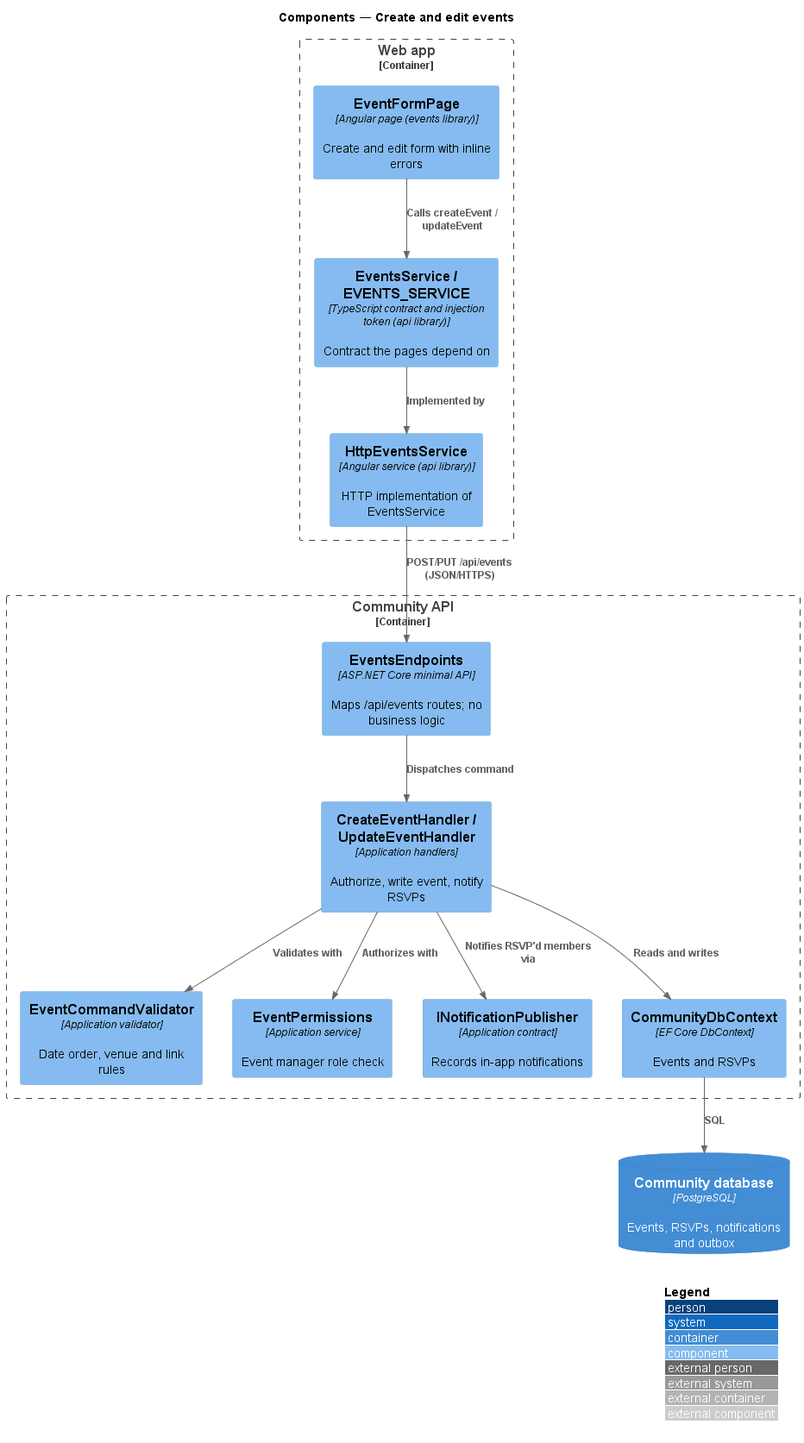
QuinntyneBrown/faithtech-community keeps this PlantUML diagram as docs/detailed-designs/events/create-and-edit-events/diagrams/c4-component.png. Above is the earlier version. Its diagram source:
```plantuml
@startuml
!include <C4/C4_Component>
LAYOUT_WITH_LEGEND()
title Components — Create and edit events

Container_Boundary(spa, "Web app") {
  Component(page, "EventFormPage", "Angular page (events library)", "Create and edit form with inline errors")
  Component(svc, "EventsService / EVENTS_SERVICE", "TypeScript contract and injection token (api library)", "Contract the pages depend on")
  Component(http, "HttpEventsService", "Angular service (api library)", "HTTP implementation of EventsService")
}
Container_Boundary(api, "Community API") {
  Component(ep, "EventsEndpoints", "ASP.NET Core minimal API", "Maps /api/events routes; no business logic")
  Component(val, "EventCommandValidator", "Application validator", "Date order, venue and link rules")
  Component(h, "CreateEventHandler / UpdateEventHandler", "Application handlers", "Authorize, write event, notify RSVPs")
  Component(perm, "EventPermissions", "Application service", "Event manager role check")
  Component(notif, "INotificationPublisher", "Application contract", "Records in-app notifications")
  Component(ctx, "CommunityDbContext", "EF Core DbContext", "Events and RSVPs")
}
ContainerDb(db, "Community database", "PostgreSQL", "Events, RSVPs, notifications and outbox")
Rel(page, svc, "Calls createEvent / updateEvent")
Rel(svc, http, "Implemented by")
Rel(http, ep, "POST/PUT /api/events (JSON/HTTPS)")
Rel(ep, h, "Dispatches command")
Rel(h, val, "Validates with")
Rel(h, perm, "Authorizes with")
Rel(h, notif, "Notifies RSVP'd members via")
Rel(h, ctx, "Reads and writes")
Rel(ctx, db, "SQL")
@enduml
```
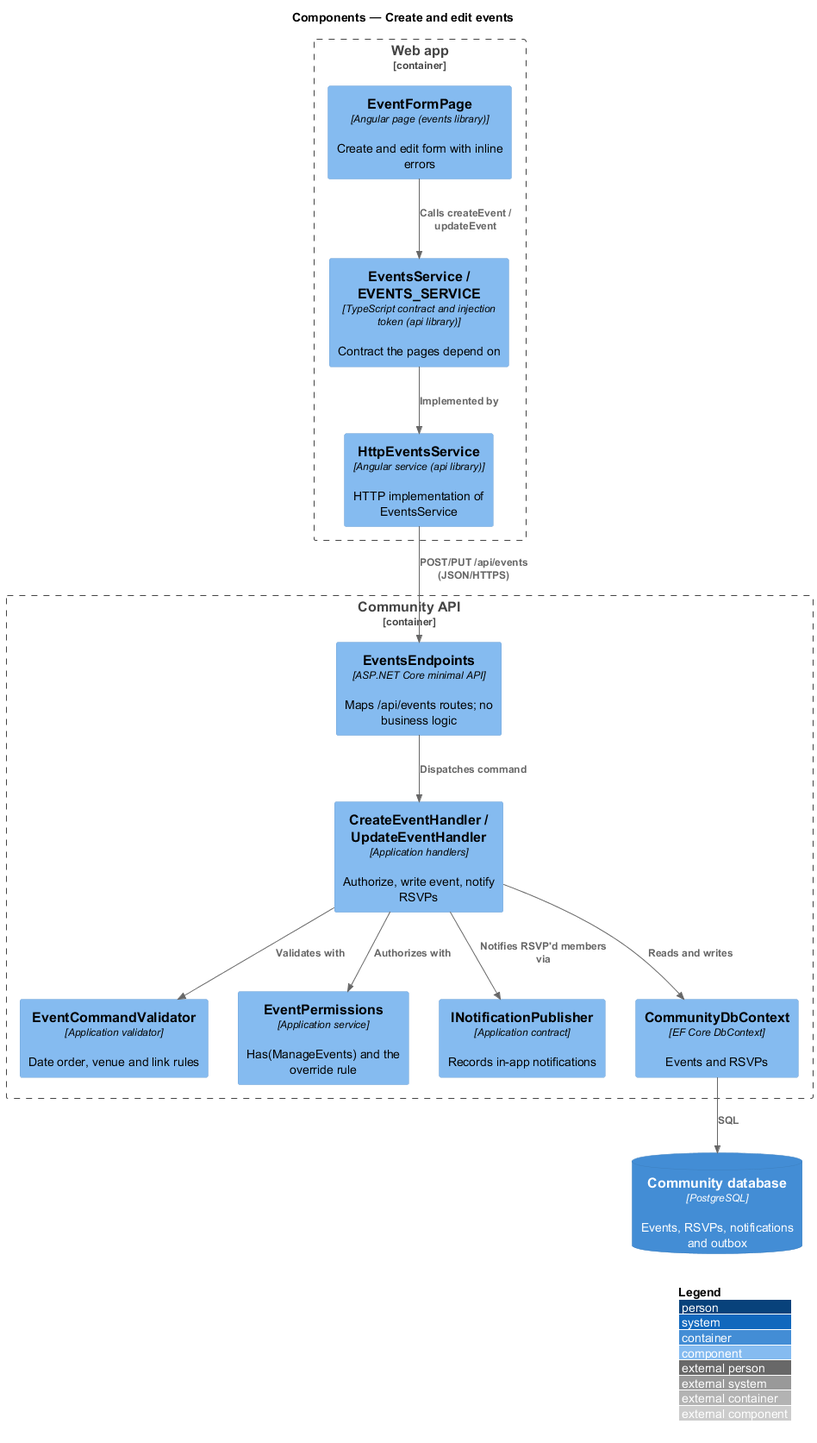
Above is the later version.

The edit, as a diff of the source:
```diff
@@ -12,7 +12,7 @@
   Component(ep, "EventsEndpoints", "ASP.NET Core minimal API", "Maps /api/events routes; no business logic")
   Component(val, "EventCommandValidator", "Application validator", "Date order, venue and link rules")
   Component(h, "CreateEventHandler / UpdateEventHandler", "Application handlers", "Authorize, write event, notify RSVPs")
-  Component(perm, "EventPermissions", "Application service", "Event manager role check")
+  Component(perm, "EventPermissions", "Application service", "Has(ManageEvents) and the override rule")
   Component(notif, "INotificationPublisher", "Application contract", "Records in-app notifications")
   Component(ctx, "CommunityDbContext", "EF Core DbContext", "Events and RSVPs")
 }
```
